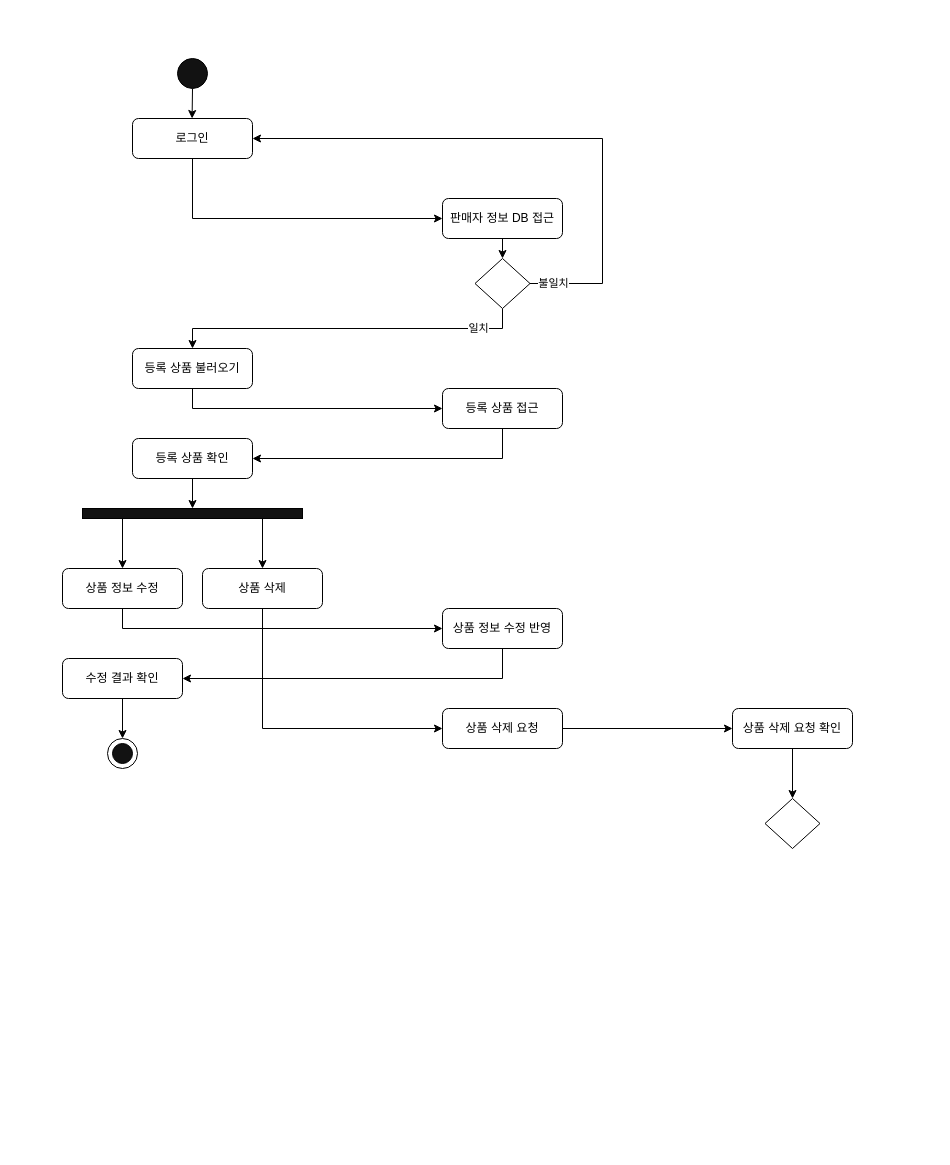
VegetableKim/- keeps this draw.io diagram as 활동다이어그램-상품관리.drawio. Above is the earlier version. Source tidied: cells renumbered, new cells numbered last; positions are measured from the earlier drawing's top-left corner, leaving out a move shared by most shapes. Both pictures are drawn from the tidied source at 100%, with x=0, y=0 at pixel (62, 58).
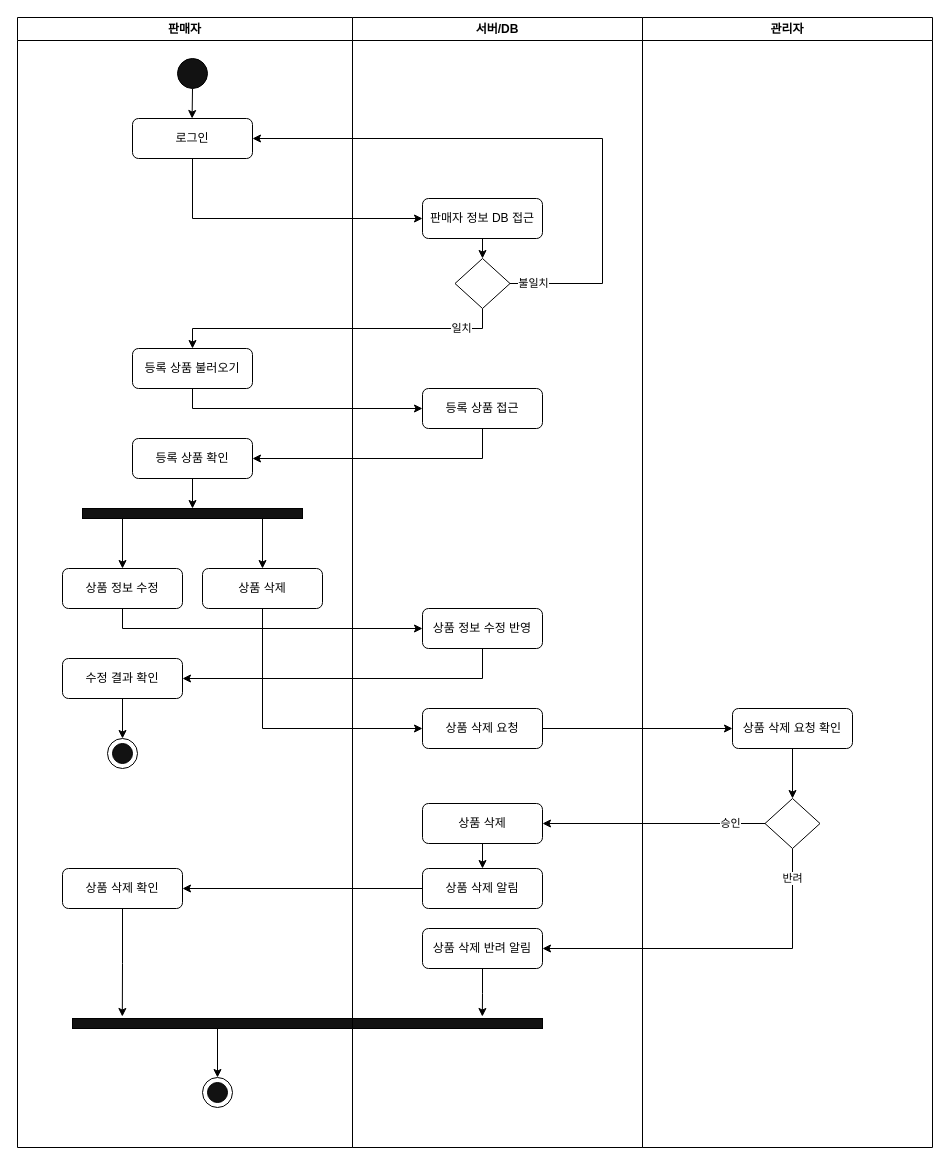
The same diagram, later.

Commit message:
활동다이어그램-상품관리.drawio 업데이트

The change refers to these unchanged cells:
```xml
<mxCell id="34" style="rhombus;whiteSpace=wrap;html=1;" parent="1" vertex="1">
  <mxGeometry x="702.5" y="740" width="55" height="50" as="geometry" />
</mxCell>
```

The edit, as a diff of the source:
```diff
@@
     <mxCell id="5" value="판매자 정보 DB 접근" style="rounded=1;whiteSpace=wrap;html=1;" parent="1" vertex="1">
-      <mxGeometry x="380" y="140" width="120" height="40" as="geometry" />
+      <mxGeometry x="360" y="140" width="120" height="40" as="geometry" />
     </mxCell>
@@
     <mxCell id="8" style="rhombus;whiteSpace=wrap;html=1;" parent="1" vertex="1">
-      <mxGeometry x="412.5" y="200" width="55" height="50" as="geometry" />
+      <mxGeometry x="392.5" y="200" width="55" height="50" as="geometry" />
     </mxCell>
@@
     <mxCell id="12" value="등록 상품 접근" style="rounded=1;whiteSpace=wrap;html=1;" parent="1" vertex="1">
-      <mxGeometry x="380" y="330" width="120" height="40" as="geometry" />
+      <mxGeometry x="360" y="330" width="120" height="40" as="geometry" />
     </mxCell>
@@
     <mxCell id="25" value="상품 정보 수정 반영" style="rounded=1;whiteSpace=wrap;html=1;" parent="1" vertex="1">
-      <mxGeometry x="380" y="550" width="120" height="40" as="geometry" />
+      <mxGeometry x="360" y="550" width="120" height="40" as="geometry" />
     </mxCell>
@@
     <mxCell id="31" value="상품 삭제 요청" style="rounded=1;whiteSpace=wrap;html=1;" parent="1" vertex="1">
-      <mxGeometry x="380" y="650" width="120" height="40" as="geometry" />
+      <mxGeometry x="360" y="650" width="120" height="40" as="geometry" />
     </mxCell>
@@
+    <mxCell id="35" value="승인" style="edgeStyle=orthogonalEdgeStyle;rounded=0;jettySize=auto;html=1;exitX=0;exitY=0.5;exitDx=0;exitDy=0;entryX=1;entryY=0.5;entryDx=0;entryDy=0;" parent="1" edge="1" source="34" target="38">
+      <mxGeometry x="-0.68" relative="1" as="geometry">
+        <mxPoint x="1" as="offset" />
+      </mxGeometry>
+    </mxCell>
+    <mxCell id="36" value="반려" style="edgeStyle=orthogonalEdgeStyle;rounded=0;jettySize=auto;html=1;exitX=0.5;exitY=1;exitDx=0;exitDy=0;entryX=1;entryY=0.5;entryDx=0;entryDy=0;" parent="1" edge="1" source="34" target="42">
+      <mxGeometry x="-0.83" relative="1" as="geometry" />
+    </mxCell>
@@
+    <mxCell id="37" style="edgeStyle=orthogonalEdgeStyle;rounded=0;jettySize=auto;html=1;exitX=0.5;exitY=1;exitDx=0;exitDy=0;entryX=0.5;entryY=0;entryDx=0;entryDy=0;" parent="1" edge="1" source="38" target="41">
+      <mxGeometry relative="1" as="geometry" />
+    </mxCell>
+    <mxCell id="38" value="상품 삭제" style="rounded=1;whiteSpace=wrap;html=1;" parent="1" vertex="1">
+      <mxGeometry x="360" y="745" width="120" height="40" as="geometry" />
+    </mxCell>
+    <mxCell id="39" value="상품 삭제 확인" style="rounded=1;whiteSpace=wrap;html=1;" parent="1" vertex="1">
+      <mxGeometry y="810" width="120" height="40" as="geometry" />
+    </mxCell>
+    <mxCell id="40" style="edgeStyle=orthogonalEdgeStyle;rounded=0;jettySize=auto;html=1;exitX=0;exitY=0.5;exitDx=0;exitDy=0;entryX=1;entryY=0.5;entryDx=0;entryDy=0;" parent="1" edge="1" source="41" target="39">
+      <mxGeometry relative="1" as="geometry" />
+    </mxCell>
+    <mxCell id="41" value="상품 삭제 알림" style="rounded=1;whiteSpace=wrap;html=1;" parent="1" vertex="1">
+      <mxGeometry x="360" y="810" width="120" height="40" as="geometry" />
+    </mxCell>
+    <mxCell id="42" value="상품 삭제 반려 알림" style="rounded=1;whiteSpace=wrap;html=1;" parent="1" vertex="1">
+      <mxGeometry x="360" y="870" width="120" height="40" as="geometry" />
+    </mxCell>
+    <mxCell id="43" style="edgeStyle=orthogonalEdgeStyle;rounded=0;jettySize=auto;html=1;exitX=0.5;exitY=1;exitDx=0;exitDy=0;entryX=0.5;entryY=0;entryDx=0;entryDy=0;" parent="1" edge="1" source="44" target="48">
+      <mxGeometry relative="1" as="geometry">
+        <Array as="points">
+          <mxPoint x="155" y="970" />
+        </Array>
+      </mxGeometry>
+    </mxCell>
+    <mxCell id="44" style="rounded=0;whiteSpace=wrap;html=1;fillColor=#121212;" parent="1" vertex="1">
+      <mxGeometry x="10" y="960" width="470" height="10" as="geometry" />
+    </mxCell>
+    <mxCell id="45" style="edgeStyle=orthogonalEdgeStyle;rounded=0;jettySize=auto;html=1;exitX=0.5;exitY=1;exitDx=0;exitDy=0;entryX=0.872;entryY=-0.2;entryDx=0;entryDy=0;entryPerimeter=0;" parent="1" edge="1" source="42" target="44">
+      <mxGeometry relative="1" as="geometry" />
+    </mxCell>
+    <mxCell id="46" style="edgeStyle=orthogonalEdgeStyle;rounded=0;jettySize=auto;html=1;exitX=0.5;exitY=1;exitDx=0;exitDy=0;entryX=0.106;entryY=-0.2;entryDx=0;entryDy=0;entryPerimeter=0;" parent="1" edge="1" source="39" target="44">
+      <mxGeometry relative="1" as="geometry" />
+    </mxCell>
+    <mxCell id="47" value="판매자" style="swimlane;whiteSpace=wrap;html=1;" parent="1" vertex="1">
+      <mxGeometry x="-45" y="-41" width="335" height="1130" as="geometry" />
+    </mxCell>
+    <mxCell id="48" style="ellipse;whiteSpace=wrap;html=1;" parent="47" vertex="1">
+      <mxGeometry x="185" y="1060" width="30" height="30" as="geometry" />
+    </mxCell>
+    <mxCell id="49" style="ellipse;whiteSpace=wrap;html=1;fillColor=#121212;" parent="47" vertex="1">
+      <mxGeometry x="190" y="1065" width="20" height="20" as="geometry" />
+    </mxCell>
+    <mxCell id="50" value="서버/DB" style="swimlane;whiteSpace=wrap;html=1;" parent="1" vertex="1">
+      <mxGeometry x="290" y="-41" width="290" height="1130" as="geometry" />
+    </mxCell>
+    <mxCell id="51" value="관리자" style="swimlane;whiteSpace=wrap;html=1;" parent="1" vertex="1">
+      <mxGeometry x="580" y="-41" width="290" height="1130" as="geometry" />
+    </mxCell>
```
